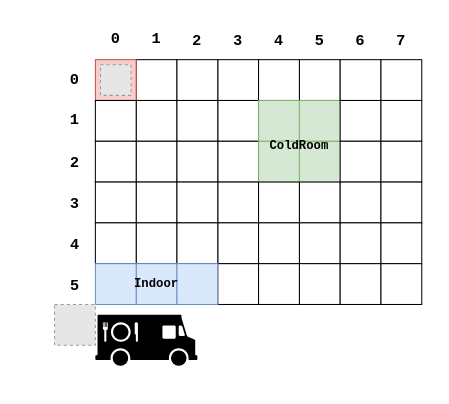
Before: Sprint0/userDocs/resources/draw/userStory1.drawio in LEOB3TA/ColdStorageService-Project, a draw.io diagram. Source tidied: cells renumbered, new cells numbered last; positions are measured from the earlier drawing's top-left corner, leaving out a move shared by most shapes. Both pictures are drawn from the tidied source at 102%, with x=0, y=0 at pixel (54, 18). Pictures stored in the file or linked from it are replaced by grey dashed boxes.
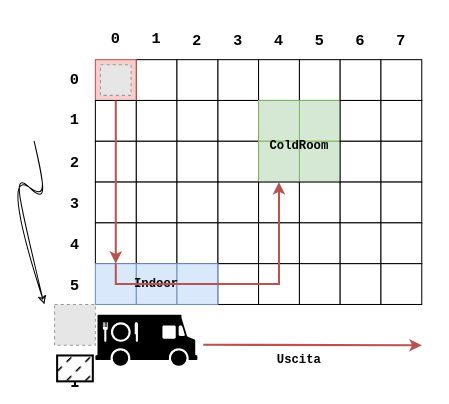
The same page after the edit.

Commit message:
Update userStory1.drawio, da aggiungere numero per spiegarlo meglio

Unchanged cells that the change refers to:
```xml
<mxCell id="2" style="group;" parent="1" vertex="1">
  <mxGeometry width="360" height="280" as="geometry" />
</mxCell>
<mxCell id="21" style="rounded=0;whiteSpace=wrap;html=1;" parent="2" vertex="1">
  <mxGeometry x="200" y="160" width="40" height="40" as="geometry" />
</mxCell>
<mxCell id="34" style="rounded=0;whiteSpace=wrap;html=1;" parent="2" vertex="1">
  <mxGeometry x="40" y="80" width="40" height="40" as="geometry" />
</mxCell>
<mxCell id="37" style="rounded=0;whiteSpace=wrap;html=1;" parent="2" vertex="1">
  <mxGeometry x="40" y="200" width="40" height="40" as="geometry" />
</mxCell>
<mxCell id="61" style="rounded=0;whiteSpace=wrap;html=1;fillColor=#dae8fc;strokeColor=#6c8ebf;" parent="2" vertex="1">
  <mxGeometry x="40" y="240" width="40" height="40" as="geometry" />
</mxCell>
<mxCell id="68" style="shape=mxgraph.signs.food.food_truck;html=1;fillColor=#000000;strokeColor=none;verticalLabelPosition=bottom;verticalAlign=top;align=center;" parent="1" vertex="1">
  <mxGeometry x="40" y="290" width="100" height="50" as="geometry" />
</mxCell>
```

The edit, as a diff of the source:
```diff
@@
+    <mxCell id="70" style="endArrow=classic;html=1;rounded=0;exitX=0.5;exitY=0;exitDx=0;exitDy=0;entryX=0.5;entryY=1;entryDx=0;entryDy=0;fillColor=#f8cecc;strokeColor=#b85450;strokeWidth=2;" parent="2" edge="1" source="34" target="37">
+      <mxGeometry relative="1" as="geometry" />
+    </mxCell>
+    <mxCell id="71" style="endArrow=classic;html=1;rounded=0;exitX=0.5;exitY=0;exitDx=0;exitDy=0;entryX=0.5;entryY=0;entryDx=0;entryDy=0;fillColor=#f8cecc;strokeColor=#b85450;strokeWidth=2;" parent="2" edge="1" source="61" target="21">
+      <mxGeometry relative="1" as="geometry">
+        <Array as="points">
+          <mxPoint x="60" y="260" />
+          <mxPoint x="220" y="260" />
+        </Array>
+      </mxGeometry>
+    </mxCell>
@@
+    <mxCell id="72" style="html=1;verticalLabelPosition=bottom;align=center;labelBackgroundColor=#ffffff;verticalAlign=top;strokeWidth=2;strokeColor=#000000;shadow=0;dashed=0;shape=mxgraph.ios7.icons.monitor;fillStyle=dashed;fillColor=#000000;" parent="1" vertex="1">
+      <mxGeometry x="2.5" y="330" width="35" height="30" as="geometry" />
+    </mxCell>
+    <mxCell id="73" style="curved=1;endArrow=classic;html=1;rounded=0;sketch=1;curveFitting=1;jiggle=2;" parent="1" edge="1">
+      <mxGeometry relative="1" as="geometry">
+        <mxPoint x="-20" y="120" as="sourcePoint" />
+        <mxPoint x="-10" y="280" as="targetPoint" />
+        <Array as="points">
+          <mxPoint y="190" />
+          <mxPoint x="-50" y="140" />
+        </Array>
+      </mxGeometry>
+    </mxCell>
+    <mxCell id="74" style="endArrow=classic;html=1;rounded=0;exitX=1.058;exitY=0.59;exitDx=0;exitDy=0;fillColor=#f8cecc;strokeColor=#b85450;strokeWidth=2;exitPerimeter=0;" parent="1" edge="1" source="68">
+      <mxGeometry relative="1" as="geometry">
+        <mxPoint x="360" y="320" as="targetPoint" />
+      </mxGeometry>
+    </mxCell>
+    <mxCell id="75" value="&lt;pre&gt;&lt;b&gt;Uscita&lt;/b&gt;&lt;/pre&gt;" style="text;html=1;strokeColor=none;fillColor=none;align=center;verticalAlign=middle;whiteSpace=wrap;rounded=0;" parent="1" vertex="1">
+      <mxGeometry x="210" y="320" width="60" height="30" as="geometry" />
+    </mxCell>
```
